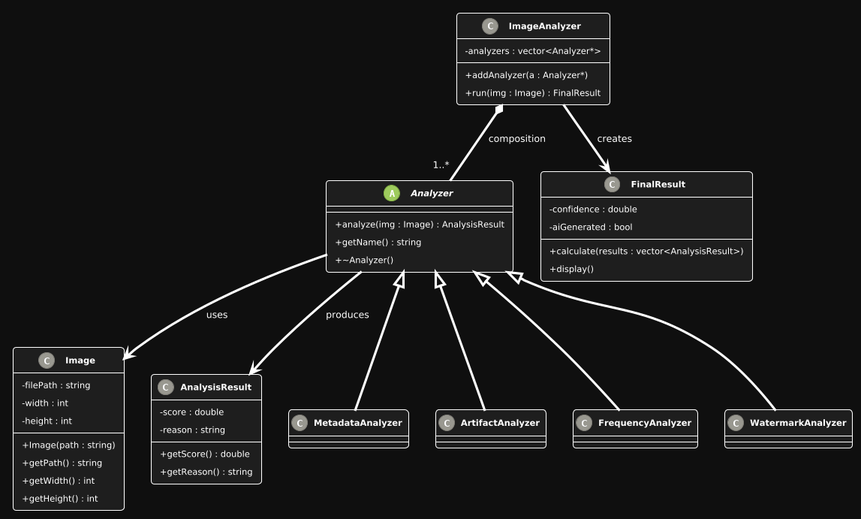
muhammadanas20/AI-Image-Detector keeps this PlantUML diagram as AI-image detection/assets/uml-diagram.png. Above is the earlier version.
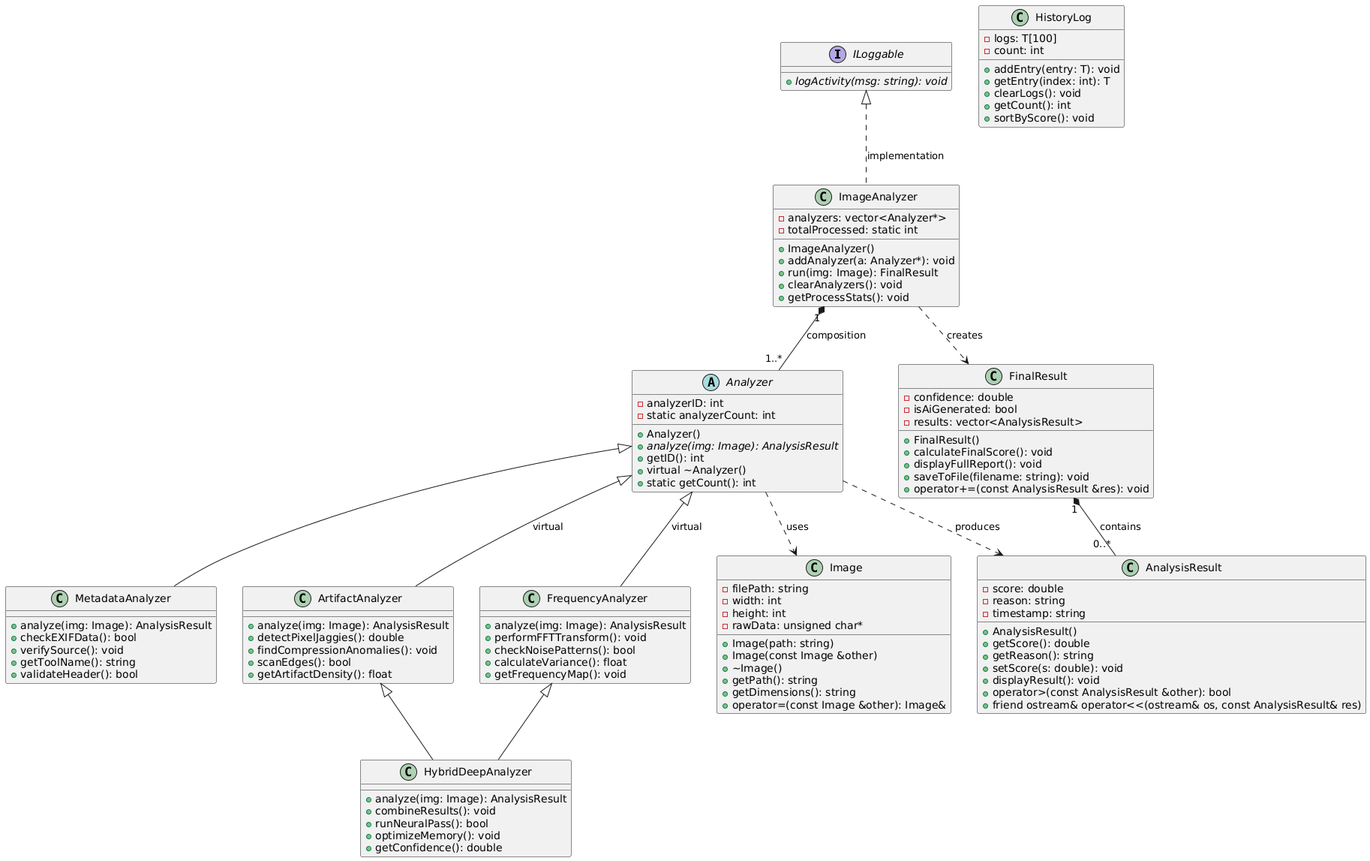
The same file after the commit.

Diff of the diagram source:
```diff
@@ -1,68 +1,118 @@
 @startuml
-!theme sandstone
-skinparam classAttributeIconSize 0
-skinparam classFontStyle bold
-skinparam backgroundColor #0f0f0f
-skinparam classBackgroundColor #1e1e1e
-skinparam classBorderColor white
-skinparam classFontColor white
-skinparam ArrowColor white
+interface ILoggable {
+    + {abstract} logActivity(msg: string): void
+}
 
+abstract class Analyzer {
+    - analyzerID: int
+    - static analyzerCount: int
+    + Analyzer()
+    + {abstract} analyze(img: Image): AnalysisResult
+    + getID(): int
+    + virtual ~Analyzer()
+    + static getCount(): int
+}
 
 class Image {
-  - filePath : string
-  - width : int
-  - height : int
-  --
-  + Image(path : string)
-  + getPath() : string
-  + getWidth() : int
-  + getHeight() : int
+    - filePath: string
+    - width: int
+    - height: int
+    - rawData: unsigned char*
+    + Image(path: string)
+    + Image(const Image &other)
+    + ~Image()
+    + getPath(): string
+    + getDimensions(): string
+    + operator=(const Image &other): Image&
 }
 
 class AnalysisResult {
-  - score : double
-  - reason : string
-  --
-  + getScore() : double
-  + getReason() : string
+    - score: double
+    - reason: string
+    - timestamp: string
+    + AnalysisResult()
+    + getScore(): double
+    + getReason(): string
+    + setScore(s: double): void
+    + displayResult(): void
+    + operator>(const AnalysisResult &other): bool
+    + friend ostream& operator<<(ostream& os, const AnalysisResult& res)
 }
 
-abstract class Analyzer {
-  + analyze(img : Image) : AnalysisResult
-  + getName() : string
-  + ~Analyzer()
+class MetadataAnalyzer {
+    + analyze(img: Image): AnalysisResult
+    + checkEXIFData(): bool
+    + verifySource(): void
+    + getToolName(): string
+    + validateHeader(): bool
+}
+
+class ArtifactAnalyzer {
+    + analyze(img: Image): AnalysisResult
+    + detectPixelJaggies(): double
+    + findCompressionAnomalies(): void
+    + scanEdges(): bool
+    + getArtifactDensity(): float
+}
+
+class FrequencyAnalyzer {
+    + analyze(img: Image): AnalysisResult
+    + performFFTTransform(): void
+    + checkNoisePatterns(): bool
+    + calculateVariance(): float
+    + getFrequencyMap(): void
+}
+
+class HybridDeepAnalyzer {
+    + analyze(img: Image): AnalysisResult
+    + combineResults(): void
+    + runNeuralPass(): bool
+    + optimizeMemory(): void
+    + getConfidence(): double
 }
 
 class ImageAnalyzer {
-  - analyzers : vector<Analyzer*>
-  --
-  + addAnalyzer(a : Analyzer*)
-  + run(img : Image) : FinalResult
+    - analyzers: vector<Analyzer*>
+    - totalProcessed: static int
+    + ImageAnalyzer()
+    + addAnalyzer(a: Analyzer*): void
+    + run(img: Image): FinalResult
+    + clearAnalyzers(): void
+    + getProcessStats(): void
 }
 
 class FinalResult {
-  - confidence : double
-  - aiGenerated : bool
-  --
-  + calculate(results : vector<AnalysisResult>)
-  + display()
+    - confidence: double
+    - isAiGenerated: bool
+    - results: vector<AnalysisResult>
+    + FinalResult()
+    + calculateFinalScore(): void
+    + displayFullReport(): void
+    + saveToFile(filename: string): void
+    + operator+=(const AnalysisResult &res): void
 }
 
 
-class MetadataAnalyzer
-class ArtifactAnalyzer
-class FrequencyAnalyzer
-class WatermarkAnalyzer
-
+class HistoryLog {
+    - logs: T[100]
+    - count: int
+    + addEntry(entry: T): void
+    + getEntry(index: int): T
+    + clearLogs(): void
+    + getCount(): int
+    + sortByScore(): void
+}
 
 Analyzer <|-- MetadataAnalyzer
-Analyzer <|-- ArtifactAnalyzer
-Analyzer <|-- FrequencyAnalyzer
-Analyzer <|-- WatermarkAnalyzer
+Analyzer <|-- ArtifactAnalyzer : virtual
+Analyzer <|-- FrequencyAnalyzer : virtual
+ArtifactAnalyzer <|-- HybridDeepAnalyzer
+FrequencyAnalyzer <|-- HybridDeepAnalyzer
 
-ImageAnalyzer *-- "1..*" Analyzer : composition
-Analyzer --> Image : uses
-Analyzer --> AnalysisResult : produces
-ImageAnalyzer --> FinalResult : creates
+ImageAnalyzer "1" *-- "1..*" Analyzer : composition
+ImageAnalyzer ..> FinalResult : creates
+Analyzer ..> Image : uses
+Analyzer ..> AnalysisResult : produces
+FinalResult "1" *-- "0..*" AnalysisResult : contains
+ILoggable <|.. ImageAnalyzer : implementation
 @enduml
```
